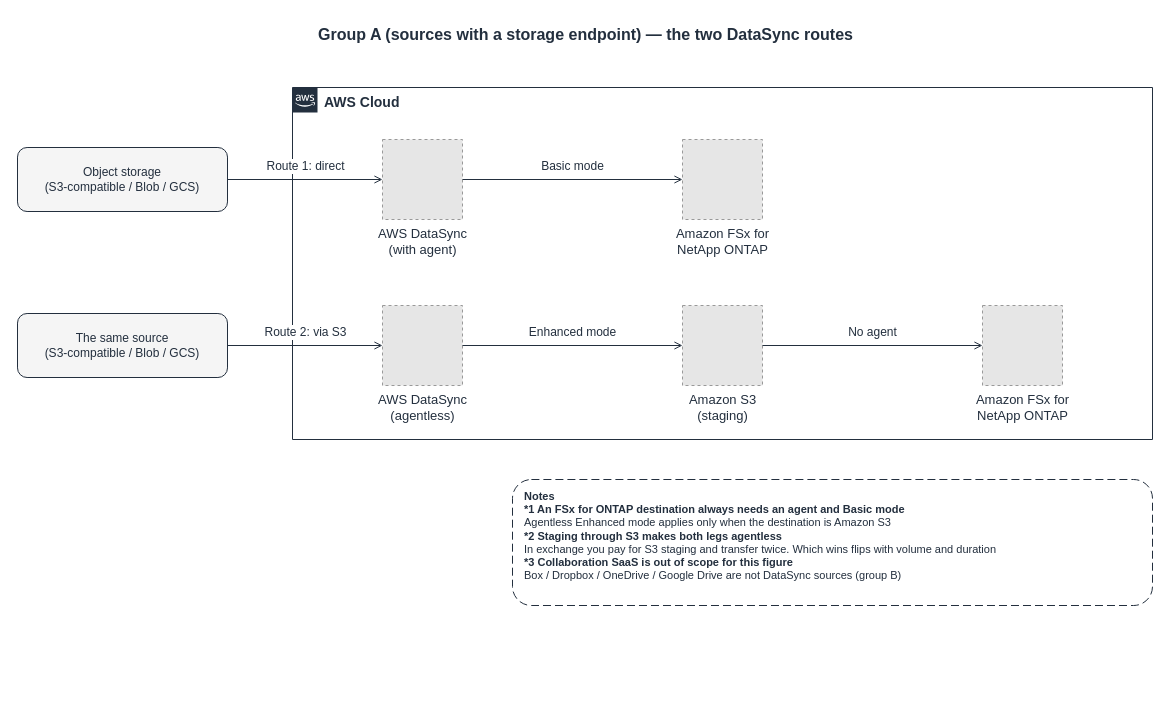
This is docs/diagrams/saas-migration-group-a-routes-en.drawio from Yoshiki0705/FSx-for-ONTAP-S3AccessPoints-Serverless-Patterns, a draw.io file, before an edit. Source tidied: cells renumbered, new cells numbered last; positions are measured from the earlier drawing's top-left corner, leaving out a move shared by most shapes. Both pictures are drawn from the tidied source at 100%, with x=0, y=0 at pixel (17, 17). Pictures stored in the file or linked from it are replaced by grey dashed boxes.
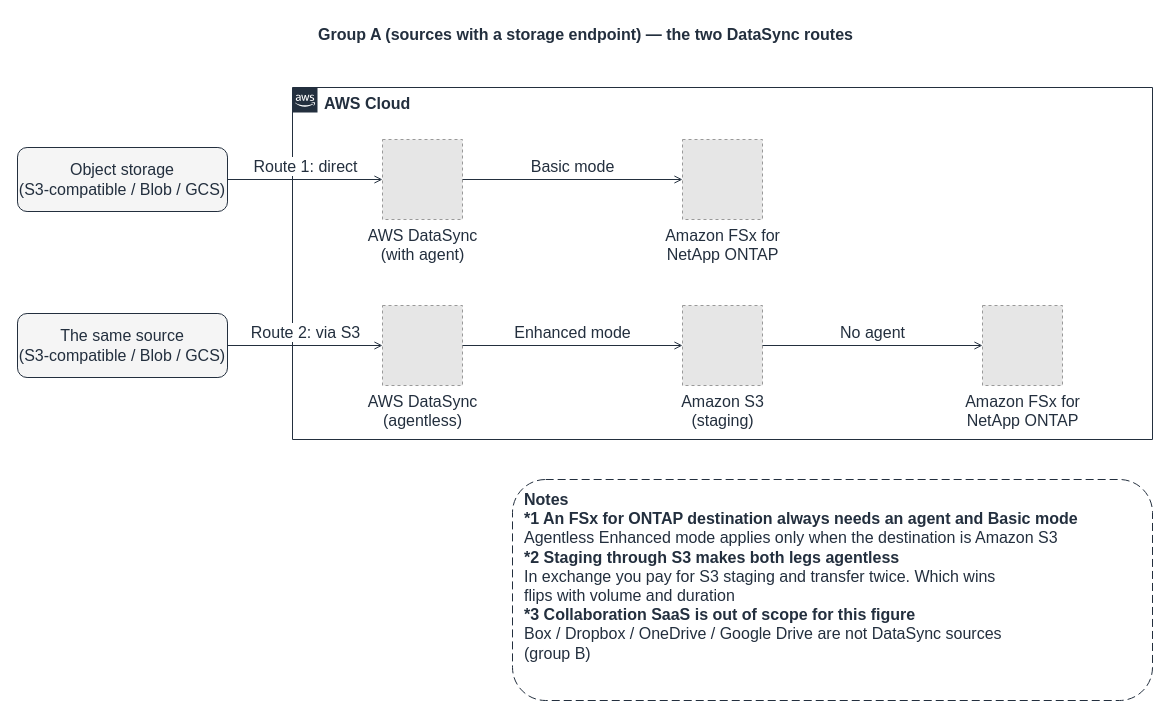
The same page after the edit.

Change to the diagram source:
```diff
@@
-    <mxCell id="3" value="AWS Cloud" style="gradientColor=none;html=1;whiteSpace=wrap;fontSize=14;fontStyle=1;shape=mxgraph.aws4.group;grIcon=mxgraph.aws4.group_aws_cloud_alt;strokeColor=#232F3E;fillColor=none;verticalAlign=top;align=left;spacingLeft=30;fontColor=#232F3E;dashed=0;" parent="1" vertex="1">
+    <mxCell id="3" value="AWS Cloud" style="gradientColor=none;html=1;whiteSpace=wrap;fontSize=16;fontStyle=1;shape=mxgraph.aws4.group;grIcon=mxgraph.aws4.group_aws_cloud_alt;strokeColor=#232F3E;fillColor=none;verticalAlign=top;align=left;spacingLeft=30;fontColor=#232F3E;dashed=0;" parent="1" vertex="1">
       <mxGeometry x="275" y="70" width="860" height="352" as="geometry" />
     </mxCell>
-    <mxCell id="4" value="Object storage&lt;br&gt;(S3-compatible / Blob / GCS)" style="rounded=1;whiteSpace=wrap;html=1;dashed=0;strokeColor=#232F3E;fillColor=#F5F5F5;align=center;verticalAlign=middle;fontSize=12;fontColor=#232F3E;" parent="1" vertex="1">
+    <mxCell id="4" value="Object storage&lt;br&gt;(S3-compatible / Blob / GCS)" style="rounded=1;whiteSpace=wrap;html=1;dashed=0;strokeColor=#232F3E;fillColor=#F5F5F5;align=center;verticalAlign=middle;fontSize=16;fontColor=#232F3E;" parent="1" vertex="1">
       <mxGeometry y="130" width="210" height="64" as="geometry" />
     </mxCell>
-    <mxCell id="5" value="AWS DataSync&lt;br&gt;(with agent)" style="fillColor=#E6E6E6;strokeColor=#999999;dashed=1;html=1;verticalLabelPosition=bottom;verticalAlign=top;labelPosition=center;align=center;fontSize=13;fontColor=#232F3E;" parent="1" vertex="1">
+    <mxCell id="5" value="AWS DataSync&lt;br&gt;(with agent)" style="fillColor=#E6E6E6;strokeColor=#999999;dashed=1;html=1;verticalLabelPosition=bottom;verticalAlign=top;labelPosition=center;align=center;fontSize=16;fontColor=#232F3E;" parent="1" vertex="1">
       <mxGeometry x="365" y="122" width="80" height="80" as="geometry" />
     </mxCell>
-    <mxCell id="6" value="Amazon FSx for&lt;br&gt;NetApp ONTAP" style="fillColor=#E6E6E6;strokeColor=#999999;dashed=1;html=1;verticalLabelPosition=bottom;verticalAlign=top;labelPosition=center;align=center;fontSize=13;fontColor=#232F3E;" parent="1" vertex="1">
+    <mxCell id="6" value="Amazon FSx for&lt;br&gt;NetApp ONTAP" style="fillColor=#E6E6E6;strokeColor=#999999;dashed=1;html=1;verticalLabelPosition=bottom;verticalAlign=top;labelPosition=center;align=center;fontSize=16;fontColor=#232F3E;" parent="1" vertex="1">
       <mxGeometry x="665" y="122" width="80" height="80" as="geometry" />
     </mxCell>
-    <mxCell id="7" value="The same source&lt;br&gt;(S3-compatible / Blob / GCS)" style="rounded=1;whiteSpace=wrap;html=1;dashed=0;strokeColor=#232F3E;fillColor=#F5F5F5;align=center;verticalAlign=middle;fontSize=12;fontColor=#232F3E;" parent="1" vertex="1">
+    <mxCell id="7" value="The same source&lt;br&gt;(S3-compatible / Blob / GCS)" style="rounded=1;whiteSpace=wrap;html=1;dashed=0;strokeColor=#232F3E;fillColor=#F5F5F5;align=center;verticalAlign=middle;fontSize=16;fontColor=#232F3E;" parent="1" vertex="1">
       <mxGeometry y="296" width="210" height="64" as="geometry" />
     </mxCell>
-    <mxCell id="8" value="AWS DataSync&lt;br&gt;(agentless)" style="fillColor=#E6E6E6;strokeColor=#999999;dashed=1;html=1;verticalLabelPosition=bottom;verticalAlign=top;labelPosition=center;align=center;fontSize=13;fontColor=#232F3E;" parent="1" vertex="1">
+    <mxCell id="8" value="AWS DataSync&lt;br&gt;(agentless)" style="fillColor=#E6E6E6;strokeColor=#999999;dashed=1;html=1;verticalLabelPosition=bottom;verticalAlign=top;labelPosition=center;align=center;fontSize=16;fontColor=#232F3E;" parent="1" vertex="1">
       <mxGeometry x="365" y="288" width="80" height="80" as="geometry" />
     </mxCell>
-    <mxCell id="9" value="Amazon S3&lt;br&gt;(staging)" style="fillColor=#E6E6E6;strokeColor=#999999;dashed=1;html=1;verticalLabelPosition=bottom;verticalAlign=top;labelPosition=center;align=center;fontSize=13;fontColor=#232F3E;" parent="1" vertex="1">
+    <mxCell id="9" value="Amazon S3&lt;br&gt;(staging)" style="fillColor=#E6E6E6;strokeColor=#999999;dashed=1;html=1;verticalLabelPosition=bottom;verticalAlign=top;labelPosition=center;align=center;fontSize=16;fontColor=#232F3E;" parent="1" vertex="1">
       <mxGeometry x="665" y="288" width="80" height="80" as="geometry" />
     </mxCell>
-    <mxCell id="10" value="Amazon FSx for&lt;br&gt;NetApp ONTAP" style="fillColor=#E6E6E6;strokeColor=#999999;dashed=1;html=1;verticalLabelPosition=bottom;verticalAlign=top;labelPosition=center;align=center;fontSize=13;fontColor=#232F3E;" parent="1" vertex="1">
+    <mxCell id="10" value="Amazon FSx for&lt;br&gt;NetApp ONTAP" style="fillColor=#E6E6E6;strokeColor=#999999;dashed=1;html=1;verticalLabelPosition=bottom;verticalAlign=top;labelPosition=center;align=center;fontSize=16;fontColor=#232F3E;" parent="1" vertex="1">
       <mxGeometry x="965" y="288" width="80" height="80" as="geometry" />
     </mxCell>
-    <mxCell id="11" value="Route 1: direct" style="edgeStyle=orthogonalEdgeStyle;rounded=0;jettySize=auto;html=1;endArrow=open;endFill=0;strokeColor=#232F3E;strokeWidth=1;fontSize=12;fontColor=#232F3E;labelBackgroundColor=#ffffff;" parent="1" edge="1" source="4" target="5">
+    <mxCell id="11" value="Route 1: direct" style="edgeStyle=orthogonalEdgeStyle;rounded=0;jettySize=auto;html=1;endArrow=open;endFill=0;strokeColor=#232F3E;strokeWidth=1;fontSize=16;fontColor=#232F3E;labelBackgroundColor=#ffffff;" parent="1" edge="1" source="4" target="5">
       <mxGeometry relative="1" as="geometry">
         <mxPoint y="-13" as="offset" />
       </mxGeometry>
     </mxCell>
-    <mxCell id="12" value="Basic mode" style="edgeStyle=orthogonalEdgeStyle;rounded=0;jettySize=auto;html=1;endArrow=open;endFill=0;strokeColor=#232F3E;strokeWidth=1;fontSize=12;fontColor=#232F3E;labelBackgroundColor=#ffffff;" parent="1" edge="1" source="5" target="6">
+    <mxCell id="12" value="Basic mode" style="edgeStyle=orthogonalEdgeStyle;rounded=0;jettySize=auto;html=1;endArrow=open;endFill=0;strokeColor=#232F3E;strokeWidth=1;fontSize=16;fontColor=#232F3E;labelBackgroundColor=#ffffff;" parent="1" edge="1" source="5" target="6">
       <mxGeometry relative="1" as="geometry">
         <mxPoint y="-13" as="offset" />
       </mxGeometry>
     </mxCell>
-    <mxCell id="13" value="Route 2: via S3" style="edgeStyle=orthogonalEdgeStyle;rounded=0;jettySize=auto;html=1;endArrow=open;endFill=0;strokeColor=#232F3E;strokeWidth=1;fontSize=12;fontColor=#232F3E;labelBackgroundColor=#ffffff;" parent="1" edge="1" source="7" target="8">
+    <mxCell id="13" value="Route 2: via S3" style="edgeStyle=orthogonalEdgeStyle;rounded=0;jettySize=auto;html=1;endArrow=open;endFill=0;strokeColor=#232F3E;strokeWidth=1;fontSize=16;fontColor=#232F3E;labelBackgroundColor=#ffffff;" parent="1" edge="1" source="7" target="8">
       <mxGeometry relative="1" as="geometry">
         <mxPoint y="-13" as="offset" />
       </mxGeometry>
     </mxCell>
-    <mxCell id="14" value="Enhanced mode" style="edgeStyle=orthogonalEdgeStyle;rounded=0;jettySize=auto;html=1;endArrow=open;endFill=0;strokeColor=#232F3E;strokeWidth=1;fontSize=12;fontColor=#232F3E;labelBackgroundColor=#ffffff;" parent="1" edge="1" source="8" target="9">
+    <mxCell id="14" value="Enhanced mode" style="edgeStyle=orthogonalEdgeStyle;rounded=0;jettySize=auto;html=1;endArrow=open;endFill=0;strokeColor=#232F3E;strokeWidth=1;fontSize=16;fontColor=#232F3E;labelBackgroundColor=#ffffff;" parent="1" edge="1" source="8" target="9">
       <mxGeometry relative="1" as="geometry">
         <mxPoint y="-13" as="offset" />
       </mxGeometry>
     </mxCell>
-    <mxCell id="15" value="No agent" style="edgeStyle=orthogonalEdgeStyle;rounded=0;jettySize=auto;html=1;endArrow=open;endFill=0;strokeColor=#232F3E;strokeWidth=1;fontSize=12;fontColor=#232F3E;labelBackgroundColor=#ffffff;" parent="1" edge="1" source="9" target="10">
+    <mxCell id="15" value="No agent" style="edgeStyle=orthogonalEdgeStyle;rounded=0;jettySize=auto;html=1;endArrow=open;endFill=0;strokeColor=#232F3E;strokeWidth=1;fontSize=16;fontColor=#232F3E;labelBackgroundColor=#ffffff;" parent="1" edge="1" source="9" target="10">
       <mxGeometry relative="1" as="geometry">
         <mxPoint y="-13" as="offset" />
       </mxGeometry>
     </mxCell>
-    <mxCell id="16" value="&lt;b&gt;Notes&lt;/b&gt;&lt;br&gt;&lt;b&gt;*1 An FSx for ONTAP destination always needs an agent and Basic mode&lt;/b&gt;&lt;br&gt;Agentless Enhanced mode applies only when the destination is Amazon S3&lt;br&gt;&lt;b&gt;*2 Staging through S3 makes both legs agentless&lt;/b&gt;&lt;br&gt;In exchange you pay for S3 staging and transfer twice. Which wins flips with volume and duration&lt;br&gt;&lt;b&gt;*3 Collaboration SaaS is out of scope for this figure&lt;/b&gt;&lt;br&gt;Box / Dropbox / OneDrive / Google Drive are not DataSync sources (group B)" style="rounded=1;whiteSpace=wrap;html=1;dashed=1;dashPattern=8 4;strokeColor=#232F3E;fillColor=#FFFFFF;align=left;verticalAlign=top;spacingLeft=10;spacingTop=4;fontSize=11;fontColor=#232F3E;" parent="1" vertex="1">
-      <mxGeometry x="495" y="462" width="640" height="126" as="geometry" />
+    <mxCell id="16" value="&lt;b&gt;Notes&lt;/b&gt;&lt;br&gt;&lt;b&gt;*1 An FSx for ONTAP destination always needs an agent and Basic mode&lt;/b&gt;&lt;br&gt;Agentless Enhanced mode applies only when the destination is Amazon S3&lt;br&gt;&lt;b&gt;*2 Staging through S3 makes both legs agentless&lt;/b&gt;&lt;br&gt;In exchange you pay for S3 staging and transfer twice. Which wins&lt;br&gt;flips with volume and duration&lt;br&gt;&lt;b&gt;*3 Collaboration SaaS is out of scope for this figure&lt;/b&gt;&lt;br&gt;Box / Dropbox / OneDrive / Google Drive are not DataSync sources&lt;br&gt;(group B)" style="rounded=1;whiteSpace=wrap;html=1;dashed=1;dashPattern=8 4;strokeColor=#232F3E;fillColor=#FFFFFF;align=left;verticalAlign=top;spacingLeft=10;spacingTop=4;fontSize=16;fontColor=#232F3E;" parent="1" vertex="1">
+      <mxGeometry x="495" y="462" width="640" height="221" as="geometry" />
     </mxCell>
```
